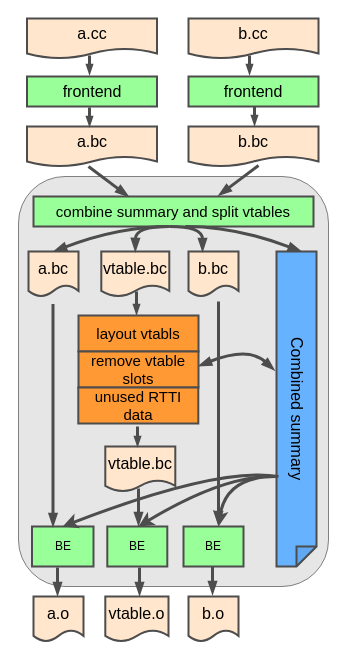
Earlier version of the draw.io diagram thinlto-1.drawio (luxufan/simple-website-template). Source tidied: cells renumbered, new cells numbered last; positions are measured from the earlier drawing's top-left corner, leaving out a move shared by most shapes. Both pictures are drawn from the tidied source at 100%, with x=0, y=0 at pixel (18, 18).
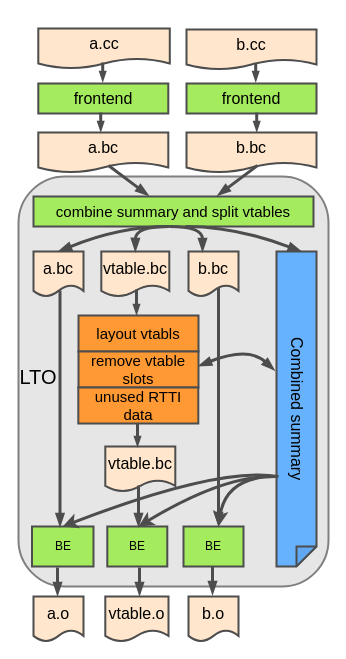
Above is the later version.

Change to the diagram source:
```diff
@@
-    <mxCell id="2" style="rounded=1;whiteSpace=wrap;html=1;strokeWidth=1;strokeColor=#808080;fillColor=#E6E6E6;" parent="1" vertex="1">
+    <mxCell id="2" style="rounded=1;whiteSpace=wrap;html=1;strokeWidth=2;strokeColor=#808080;fillColor=#E6E6E6;" parent="1" vertex="1">
       <mxGeometry y="158" width="310" height="410" as="geometry" />
     </mxCell>
     <mxCell id="3" value="&lt;font style=&quot;font-size: 16px;&quot;&gt;b.cc&lt;/font&gt;" style="shape=document;whiteSpace=wrap;html=1;boundedLbl=1;size=0.25;direction=east;fillColor=#FFE6CC;strokeWidth=2;strokeColor=#4D4D4D;" parent="1" vertex="1">
-      <mxGeometry x="170" width="130" height="40" as="geometry" />
+      <mxGeometry x="168" y="11" width="130" height="40" as="geometry" />
     </mxCell>
-    <mxCell id="4" value="&lt;font style=&quot;font-size: 16px;&quot;&gt;frontend&lt;/font&gt;" style="rounded=0;whiteSpace=wrap;html=1;fillColor=#99FF99;strokeWidth=2;strokeColor=#4D4D4D;" parent="1" vertex="1">
-      <mxGeometry x="170" y="58" width="130" height="30" as="geometry" />
+    <mxCell id="4" value="&lt;font style=&quot;font-size: 16px;&quot;&gt;frontend&lt;/font&gt;" style="rounded=0;whiteSpace=wrap;html=1;fillColor=#A5EB5E;strokeWidth=2;strokeColor=#4D4D4D;" parent="1" vertex="1">
+      <mxGeometry x="168" y="65" width="130" height="30" as="geometry" />
     </mxCell>
     <mxCell id="5" value="&lt;font style=&quot;font-size: 16px;&quot;&gt;a.bc&lt;/font&gt;" style="shape=document;whiteSpace=wrap;html=1;boundedLbl=1;size=0.25;direction=east;fillColor=#FFE6CC;strokeWidth=2;strokeColor=#4D4D4D;" parent="1" vertex="1">
-      <mxGeometry x="8.5" y="108" width="130" height="40" as="geometry" />
+      <mxGeometry x="19.8" y="114" width="130" height="40" as="geometry" />
     </mxCell>
     <mxCell id="6" value="&lt;font style=&quot;font-size: 16px;&quot;&gt;b.bc&lt;/font&gt;" style="shape=document;whiteSpace=wrap;html=1;boundedLbl=1;size=0.25;direction=east;fillColor=#FFE6CC;strokeWidth=2;strokeColor=#4D4D4D;" parent="1" vertex="1">
-      <mxGeometry x="170" y="108" width="130" height="40" as="geometry" />
+      <mxGeometry x="168" y="114" width="130" height="40" as="geometry" />
     </mxCell>
@@
-    <mxCell id="8" value="&lt;font style=&quot;font-size: 15px;&quot;&gt;combine summary and split vtables&lt;/font&gt;" style="rounded=0;whiteSpace=wrap;html=1;strokeWidth=2;fillColor=#99FF99;strokeColor=#4D4D4D;" parent="1" vertex="1">
+    <mxCell id="8" value="&lt;font style=&quot;font-size: 15px;&quot;&gt;combine summary and split vtables&lt;/font&gt;" style="rounded=0;whiteSpace=wrap;html=1;strokeWidth=2;fillColor=#A5EB5E;strokeColor=#4D4D4D;" parent="1" vertex="1">
       <mxGeometry x="15" y="178" width="280" height="30" as="geometry" />
     </mxCell>
     <mxCell id="9" value="&lt;font style=&quot;font-size: 16px;&quot;&gt;a.bc&lt;/font&gt;" style="shape=document;whiteSpace=wrap;html=1;boundedLbl=1;size=0.25;direction=east;strokeWidth=2;strokeColor=#4D4D4D;fillColor=#FFE6CC;" parent="1" vertex="1">
-      <mxGeometry x="10" y="233" width="50" height="45" as="geometry" />
+      <mxGeometry x="15" y="233" width="50" height="45" as="geometry" />
     </mxCell>
@@
     <mxCell id="12" value="&lt;font style=&quot;font-size: 16px;&quot;&gt;a.cc&lt;/font&gt;" style="shape=document;whiteSpace=wrap;html=1;boundedLbl=1;size=0.25;direction=east;fillColor=#FFE6CC;strokeWidth=2;strokeColor=#4D4D4D;" parent="1" vertex="1">
-      <mxGeometry x="8.5" width="130" height="40" as="geometry" />
+      <mxGeometry x="19.8" y="10" width="131.5" height="40" as="geometry" />
     </mxCell>
-    <mxCell id="13" value="&lt;font style=&quot;font-size: 16px;&quot;&gt;frontend&lt;/font&gt;" style="rounded=0;whiteSpace=wrap;html=1;fillColor=#99FF99;strokeWidth=2;strokeColor=#4D4D4D;" parent="1" vertex="1">
-      <mxGeometry x="8.5" y="58" width="130" height="30" as="geometry" />
+    <mxCell id="13" value="&lt;font style=&quot;font-size: 16px;&quot;&gt;frontend&lt;/font&gt;" style="rounded=0;whiteSpace=wrap;html=1;fillColor=#A5EB5E;strokeWidth=2;strokeColor=#4D4D4D;" parent="1" vertex="1">
+      <mxGeometry x="19.8" y="65" width="130" height="30" as="geometry" />
     </mxCell>
@@
-    <mxCell id="15" value="BE" style="rounded=0;whiteSpace=wrap;html=1;strokeWidth=2;fillColor=#99FF99;strokeColor=#4D4D4D;" parent="1" vertex="1">
+    <mxCell id="15" value="BE" style="rounded=0;whiteSpace=wrap;html=1;strokeWidth=2;fillColor=#A5EB5E;strokeColor=#4D4D4D;" parent="1" vertex="1">
       <mxGeometry x="13.5" y="508" width="61.5" height="40" as="geometry" />
     </mxCell>
-    <mxCell id="16" value="BE" style="rounded=0;whiteSpace=wrap;html=1;strokeWidth=2;fillColor=#99FF99;strokeColor=#4D4D4D;" parent="1" vertex="1">
+    <mxCell id="16" value="BE" style="rounded=0;whiteSpace=wrap;html=1;strokeWidth=2;fillColor=#A5EB5E;strokeColor=#4D4D4D;" parent="1" vertex="1">
       <mxGeometry x="88.8" y="508" width="60" height="40" as="geometry" />
     </mxCell>
-    <mxCell id="17" value="BE" style="rounded=0;whiteSpace=wrap;html=1;strokeWidth=2;fillColor=#99FF99;strokeColor=#4D4D4D;" parent="1" vertex="1">
+    <mxCell id="17" value="BE" style="rounded=0;whiteSpace=wrap;html=1;strokeWidth=2;fillColor=#A5EB5E;strokeColor=#4D4D4D;" parent="1" vertex="1">
       <mxGeometry x="165" y="508" width="60" height="40" as="geometry" />
     </mxCell>
@@
     <mxCell id="22" style="endArrow=none;html=1;rounded=0;endFill=0;startArrow=blockThin;startFill=1;strokeWidth=3;strokeColor=#4D4D4D;" parent="1" edge="1">
       <mxGeometry relative="1" as="geometry">
-        <mxPoint x="34.5" y="508" as="sourcePoint" />
-        <mxPoint x="34.5" y="285.5" as="targetPoint" />
+        <mxPoint x="41.5" y="508" as="sourcePoint" />
+        <mxPoint x="41.5" y="272" as="targetPoint" />
       </mxGeometry>
     </mxCell>
     <mxCell id="23" style="endArrow=none;html=1;rounded=0;endFill=0;startArrow=blockThin;startFill=1;strokeWidth=3;strokeColor=#4D4D4D;" parent="1" edge="1">
       <mxGeometry relative="1" as="geometry">
-        <mxPoint x="200" y="506" as="sourcePoint" />
-        <mxPoint x="200" y="283" as="targetPoint" />
+        <mxPoint x="200" y="507" as="sourcePoint" />
+        <mxPoint x="200" y="269" as="targetPoint" />
       </mxGeometry>
     </mxCell>
     <mxCell id="24" style="endArrow=none;html=1;rounded=0;endFill=0;startArrow=blockThin;startFill=1;strokeWidth=3;strokeColor=#4D4D4D;" parent="1" edge="1">
       <mxGeometry relative="1" as="geometry">
-        <mxPoint x="120" y="507" as="sourcePoint" />
-        <mxPoint x="120" y="470" as="targetPoint" />
+        <mxPoint x="120" y="508" as="sourcePoint" />
+        <mxPoint x="120" y="467" as="targetPoint" />
       </mxGeometry>
     </mxCell>
@@
-    <mxCell id="29" style="endArrow=blockThin;html=1;rounded=0;strokeWidth=3;endFill=1;exitX=0.473;exitY=1;exitDx=0;exitDy=0;exitPerimeter=0;strokeColor=#4D4D4D;" parent="1" edge="1" source="5">
-      <mxGeometry relative="1" as="geometry">
-        <mxPoint x="110" y="178" as="targetPoint" />
-      </mxGeometry>
-    </mxCell>
     <mxCell id="30" style="endArrow=blockThin;html=1;rounded=0;strokeWidth=3;endFill=1;strokeColor=#4D4D4D;startSize=5;endSize=3;" parent="1" edge="1">
       <mxGeometry relative="1" as="geometry">
-        <mxPoint x="118" y="273" as="sourcePoint" />
+        <mxPoint x="118" y="271" as="sourcePoint" />
         <mxPoint x="118" y="296" as="targetPoint" />
       </mxGeometry>
     </mxCell>
     <mxCell id="31" style="endArrow=blockThin;html=1;rounded=0;strokeWidth=3;endFill=1;strokeColor=#4D4D4D;endSize=3;" parent="1" edge="1">
       <mxGeometry relative="1" as="geometry">
-        <mxPoint x="119" y="408" as="sourcePoint" />
+        <mxPoint x="119" y="405" as="sourcePoint" />
         <mxPoint x="119" y="428" as="targetPoint" />
       </mxGeometry>
     </mxCell>
@@
     <mxCell id="35" style="endArrow=blockThin;html=1;rounded=0;strokeWidth=3;endFill=1;exitX=0.473;exitY=1;exitDx=0;exitDy=0;exitPerimeter=0;strokeColor=#4D4D4D;" parent="1" edge="1">
       <mxGeometry relative="1" as="geometry">
-        <mxPoint x="240" y="147" as="sourcePoint" />
-        <mxPoint x="200" y="177" as="targetPoint" />
+        <mxPoint x="239" y="147" as="sourcePoint" />
+        <mxPoint x="199" y="177" as="targetPoint" />
       </mxGeometry>
     </mxCell>
     <mxCell id="36" style="endArrow=blockThin;html=1;rounded=0;strokeWidth=3;endFill=1;strokeColor=#4D4D4D;endSize=3;" parent="1" edge="1">
       <mxGeometry relative="1" as="geometry">
-        <mxPoint x="236" y="88" as="sourcePoint" />
-        <mxPoint x="236" y="107" as="targetPoint" />
+        <mxPoint x="238.2" y="94" as="sourcePoint" />
+        <mxPoint x="238.2" y="113" as="targetPoint" />
       </mxGeometry>
     </mxCell>
     <mxCell id="37" style="endArrow=blockThin;html=1;rounded=0;strokeWidth=3;endFill=1;strokeColor=#4D4D4D;endSize=3;" parent="1" edge="1">
       <mxGeometry relative="1" as="geometry">
-        <mxPoint x="71" y="89" as="sourcePoint" />
-        <mxPoint x="71" y="108" as="targetPoint" />
+        <mxPoint x="82.2" y="94" as="sourcePoint" />
+        <mxPoint x="82.2" y="113" as="targetPoint" />
       </mxGeometry>
     </mxCell>
     <mxCell id="38" style="endArrow=blockThin;html=1;rounded=0;strokeWidth=3;endFill=1;strokeColor=#4D4D4D;endSize=3;" parent="1" edge="1">
       <mxGeometry relative="1" as="geometry">
-        <mxPoint x="231" y="37" as="sourcePoint" />
-        <mxPoint x="231" y="56" as="targetPoint" />
+        <mxPoint x="237.2" y="45" as="sourcePoint" />
+        <mxPoint x="237.2" y="63" as="targetPoint" />
       </mxGeometry>
     </mxCell>
     <mxCell id="39" style="endArrow=blockThin;html=1;rounded=0;strokeWidth=3;endFill=1;strokeColor=#4D4D4D;endSize=3;" parent="1" edge="1">
       <mxGeometry relative="1" as="geometry">
-        <mxPoint x="71" y="37" as="sourcePoint" />
-        <mxPoint x="71" y="56" as="targetPoint" />
+        <mxPoint x="84.2" y="44" as="sourcePoint" />
+        <mxPoint x="84.2" y="63" as="targetPoint" />
       </mxGeometry>
     </mxCell>
@@
+    <mxCell id="46" style="endArrow=blockThin;html=1;rounded=0;strokeWidth=3;endFill=1;exitX=0.473;exitY=1;exitDx=0;exitDy=0;exitPerimeter=0;strokeColor=#4D4D4D;" parent="1" edge="1">
+      <mxGeometry relative="1" as="geometry">
+        <mxPoint x="90" y="147" as="sourcePoint" />
+        <mxPoint x="130" y="177" as="targetPoint" />
+      </mxGeometry>
+    </mxCell>
+    <mxCell id="47" value="&lt;font style=&quot;font-size: 20px;&quot;&gt;LTO&lt;/font&gt;" style="rounded=0;whiteSpace=wrap;html=1;fillColor=#E6E6E6;strokeColor=none;textDirection=rtl;flipH=1;flipV=1;direction=south;" parent="1" vertex="1">
+      <mxGeometry x="5" y="333" width="30" height="50" as="geometry" />
+    </mxCell>
```
